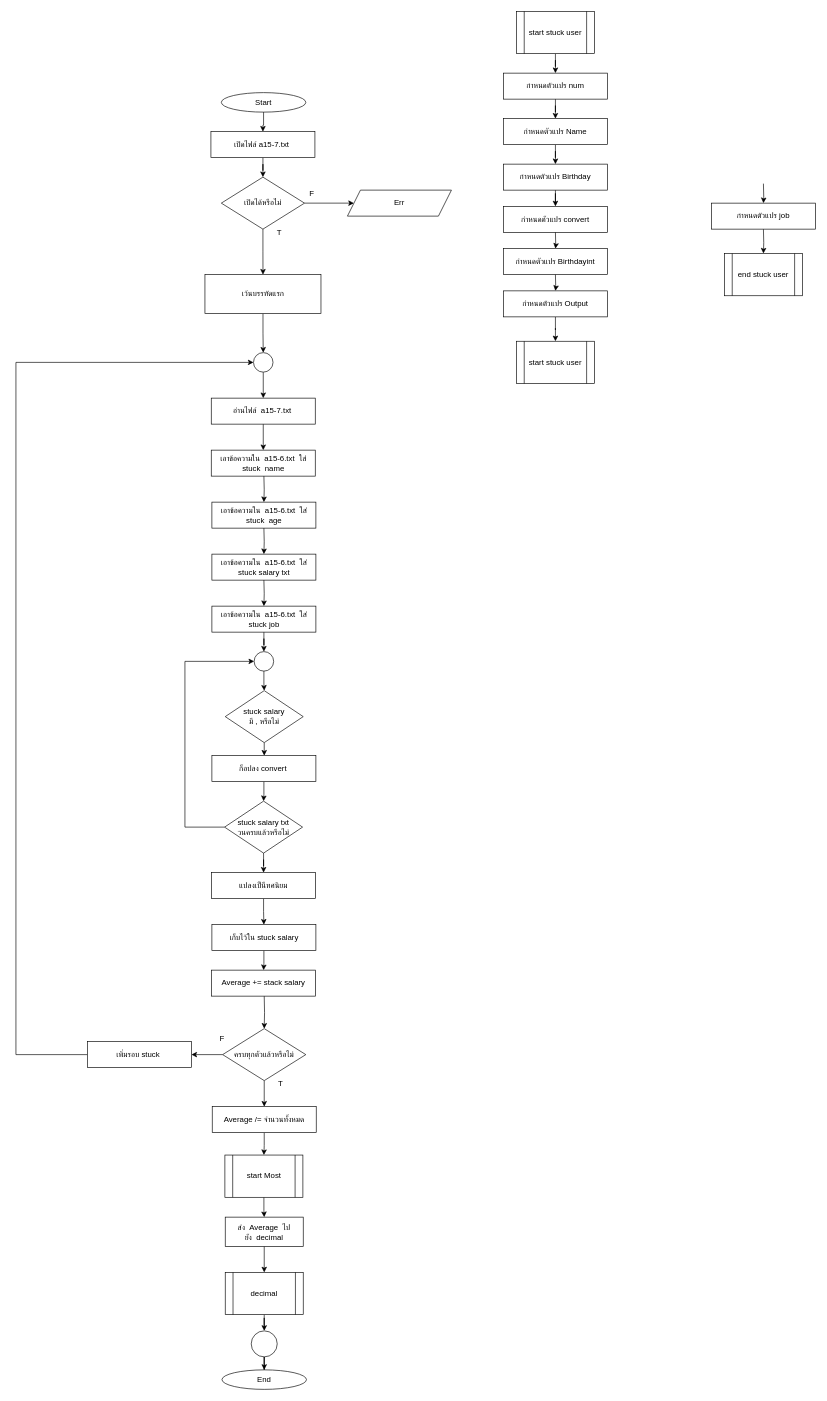
Above: HW/HW15/hw15-7/hw15-7.drawio in aphiwat-window/ENGCE117 (draw.io), before the change. Source tidied: cells renumbered, new cells numbered last; positions are measured from the earlier drawing's top-left corner, leaving out a move shared by most shapes. Both pictures are drawn from the tidied source at 65%, with x=0, y=0 at pixel (16, 11).
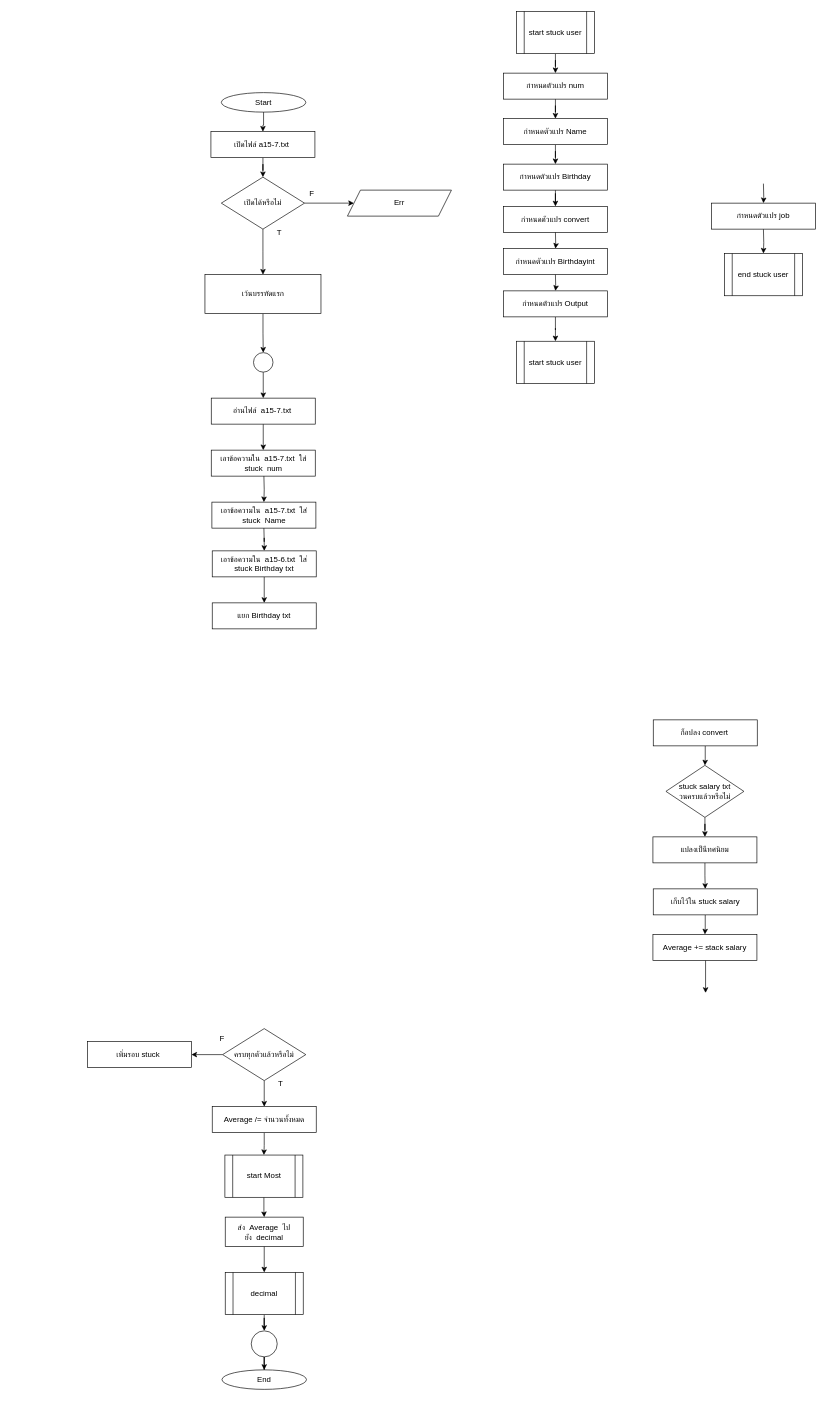
Above is the later version.

Unchanged cells that the change refers to:
```xml
<mxCell id="15" style="ellipse;whiteSpace=wrap;html=1;" parent="1" vertex="1">
  <mxGeometry x="365.5" y="525" width="30" height="30" as="geometry" />
</mxCell>
<mxCell id="26" value="ครบทุกตัวแล้วหรือไม่" style="rhombus;whiteSpace=wrap;html=1;" parent="1" vertex="1">
  <mxGeometry x="318" y="1565" width="128" height="80" as="geometry" />
</mxCell>
<mxCell id="30" value="เพิ่มรอบ stuck&amp;nbsp;" style="rounded=0;whiteSpace=wrap;html=1;" parent="1" vertex="1">
  <mxGeometry x="110" y="1585" width="160" height="40" as="geometry" />
</mxCell>
```

Change to the diagram source:
```diff
@@
-    <mxCell id="16" value="เอาข้อความใน&amp;nbsp;&amp;nbsp;a15-6.txt&amp;nbsp; ใส่ stuck&amp;nbsp; name" style="rounded=0;whiteSpace=wrap;html=1;" parent="1" vertex="1">
+    <mxCell id="16" value="เอาข้อความใน&amp;nbsp;&amp;nbsp;a15-7.txt&amp;nbsp; ใส่ stuck&amp;nbsp; num" style="rounded=0;whiteSpace=wrap;html=1;" parent="1" vertex="1">
       <mxGeometry x="300.5" y="675" width="160" height="40" as="geometry" />
     </mxCell>
@@
-    <mxCell id="18" value="เอาข้อความใน&amp;nbsp;&amp;nbsp;a15-6.txt&amp;nbsp; ใส่ stuck&amp;nbsp; age" style="rounded=0;whiteSpace=wrap;html=1;" parent="1" vertex="1">
+    <mxCell id="18" value="เอาข้อความใน&amp;nbsp;&amp;nbsp;a15-7.txt&amp;nbsp; ใส่ stuck&amp;nbsp; Name" style="rounded=0;whiteSpace=wrap;html=1;" parent="1" vertex="1">
       <mxGeometry x="301.5" y="755" width="160" height="40" as="geometry" />
     </mxCell>
@@
+    <mxCell id="78" style="edgeStyle=orthogonalEdgeStyle;rounded=0;jettySize=auto;html=1;" parent="1" edge="1" source="20" target="79">
+      <mxGeometry relative="1" as="geometry" />
+    </mxCell>
-    <mxCell id="20" value="เอาข้อความใน&amp;nbsp;&amp;nbsp;a15-6.txt&amp;nbsp; ใส่ stuck&amp;nbsp;salary txt" style="rounded=0;whiteSpace=wrap;html=1;" parent="1" vertex="1">
-      <mxGeometry x="301.5" y="835" width="160" height="40" as="geometry" />
+    <mxCell id="20" value="เอาข้อความใน&amp;nbsp;&amp;nbsp;a15-6.txt&amp;nbsp; ใส่ stuck&amp;nbsp;Birthday txt" style="rounded=0;whiteSpace=wrap;html=1;" parent="1" vertex="1">
+      <mxGeometry x="302" y="830" width="160" height="40" as="geometry" />
     </mxCell>
-    <mxCell id="21" style="edgeStyle=orthogonalEdgeStyle;rounded=0;jettySize=auto;html=1;" parent="1" edge="1" target="23">
-      <mxGeometry relative="1" as="geometry">
-        <mxPoint x="381.5" y="875" as="sourcePoint" />
-      </mxGeometry>
-    </mxCell>
-    <mxCell id="22" style="edgeStyle=orthogonalEdgeStyle;rounded=0;jettySize=auto;html=1;" parent="1" edge="1" source="23" target="41">
-      <mxGeometry relative="1" as="geometry" />
-    </mxCell>
-    <mxCell id="23" value="เอาข้อความใน&amp;nbsp;&amp;nbsp;a15-6.txt&amp;nbsp; ใส่ stuck&amp;nbsp;job" style="rounded=0;whiteSpace=wrap;html=1;" parent="1" vertex="1">
-      <mxGeometry x="301.5" y="915" width="160" height="40" as="geometry" />
-    </mxCell>
@@
-    <mxCell id="27" style="edgeStyle=orthogonalEdgeStyle;rounded=0;jettySize=auto;html=1;" parent="1" edge="1" target="26">
+    <mxCell id="27" style="edgeStyle=orthogonalEdgeStyle;rounded=0;orthogonalLoop=1;jettySize=auto;html=1;" parent="1" edge="1">
       <mxGeometry relative="1" as="geometry">
-        <mxPoint x="382" y="1515" as="sourcePoint" />
+        <mxPoint x="1061" y="1460" as="sourcePoint" />
+        <mxPoint x="1061" y="1510" as="targetPoint" />
       </mxGeometry>
     </mxCell>
     <mxCell id="28" value="Average += stack salary" style="rounded=0;whiteSpace=wrap;html=1;" parent="1" vertex="1">
-      <mxGeometry x="301" y="1475" width="160" height="40" as="geometry" />
+      <mxGeometry x="980" y="1420" width="160" height="40" as="geometry" />
     </mxCell>
-    <mxCell id="29" style="edgeStyle=orthogonalEdgeStyle;rounded=0;jettySize=auto;html=1;entryX=0;entryY=0.5;entryDx=0;entryDy=0;" parent="1" edge="1" source="30" target="15">
-      <mxGeometry relative="1" as="geometry">
-        <Array as="points">
-          <mxPoint y="1605" />
-          <mxPoint y="540" />
-        </Array>
-      </mxGeometry>
-    </mxCell>
@@
-    <mxCell id="33" style="edgeStyle=orthogonalEdgeStyle;rounded=0;jettySize=auto;html=1;entryX=0;entryY=0.5;entryDx=0;entryDy=0;" parent="1" edge="1" source="35" target="41">
-      <mxGeometry relative="1" as="geometry">
-        <Array as="points">
-          <mxPoint x="260" y="1255" />
-          <mxPoint x="260" y="1000" />
-        </Array>
-      </mxGeometry>
-    </mxCell>
@@
     <mxCell id="35" value="stuck&amp;nbsp;salary txt&lt;div&gt;วนครบแล้วหรือไม่&lt;/div&gt;" style="rhombus;whiteSpace=wrap;html=1;" parent="1" vertex="1">
-      <mxGeometry x="321" y="1215" width="120" height="80" as="geometry" />
+      <mxGeometry x="1000" y="1160" width="120" height="80" as="geometry" />
     </mxCell>
-    <mxCell id="36" style="edgeStyle=orthogonalEdgeStyle;rounded=0;jettySize=auto;html=1;" parent="1" edge="1" source="37" target="39">
-      <mxGeometry relative="1" as="geometry" />
-    </mxCell>
-    <mxCell id="37" value="stuck&amp;nbsp;salary&lt;div&gt;มี , หรือไม่&lt;/div&gt;" style="rhombus;whiteSpace=wrap;html=1;" parent="1" vertex="1">
-      <mxGeometry x="322" y="1045" width="120" height="80" as="geometry" />
-    </mxCell>
@@
     <mxCell id="39" value="ก็อปลง convert&amp;nbsp;" style="rounded=0;whiteSpace=wrap;html=1;" parent="1" vertex="1">
-      <mxGeometry x="301.5" y="1145" width="160" height="40" as="geometry" />
+      <mxGeometry x="980.5" y="1090" width="160" height="40" as="geometry" />
     </mxCell>
-    <mxCell id="40" style="edgeStyle=orthogonalEdgeStyle;rounded=0;jettySize=auto;html=1;" parent="1" edge="1" source="41" target="37">
-      <mxGeometry relative="1" as="geometry" />
-    </mxCell>
-    <mxCell id="41" style="ellipse;whiteSpace=wrap;html=1;" parent="1" vertex="1">
-      <mxGeometry x="366.5" y="985" width="30" height="30" as="geometry" />
-    </mxCell>
@@
     <mxCell id="43" value="แปลงเป็นืทศนิยม" style="rounded=0;whiteSpace=wrap;html=1;" parent="1" vertex="1">
-      <mxGeometry x="301" y="1325" width="160" height="40" as="geometry" />
+      <mxGeometry x="980" y="1270" width="160" height="40" as="geometry" />
     </mxCell>
@@
     <mxCell id="45" value="เก็บไว้ใน stuck salary" style="rounded=0;whiteSpace=wrap;html=1;" parent="1" vertex="1">
-      <mxGeometry x="301.5" y="1405" width="160" height="40" as="geometry" />
+      <mxGeometry x="980.5" y="1350" width="160" height="40" as="geometry" />
     </mxCell>
@@
+    <mxCell id="79" value="แยก Birthday txt" style="rounded=0;whiteSpace=wrap;html=1;" parent="1" vertex="1">
+      <mxGeometry x="302" y="910" width="160" height="40" as="geometry" />
+    </mxCell>
```
